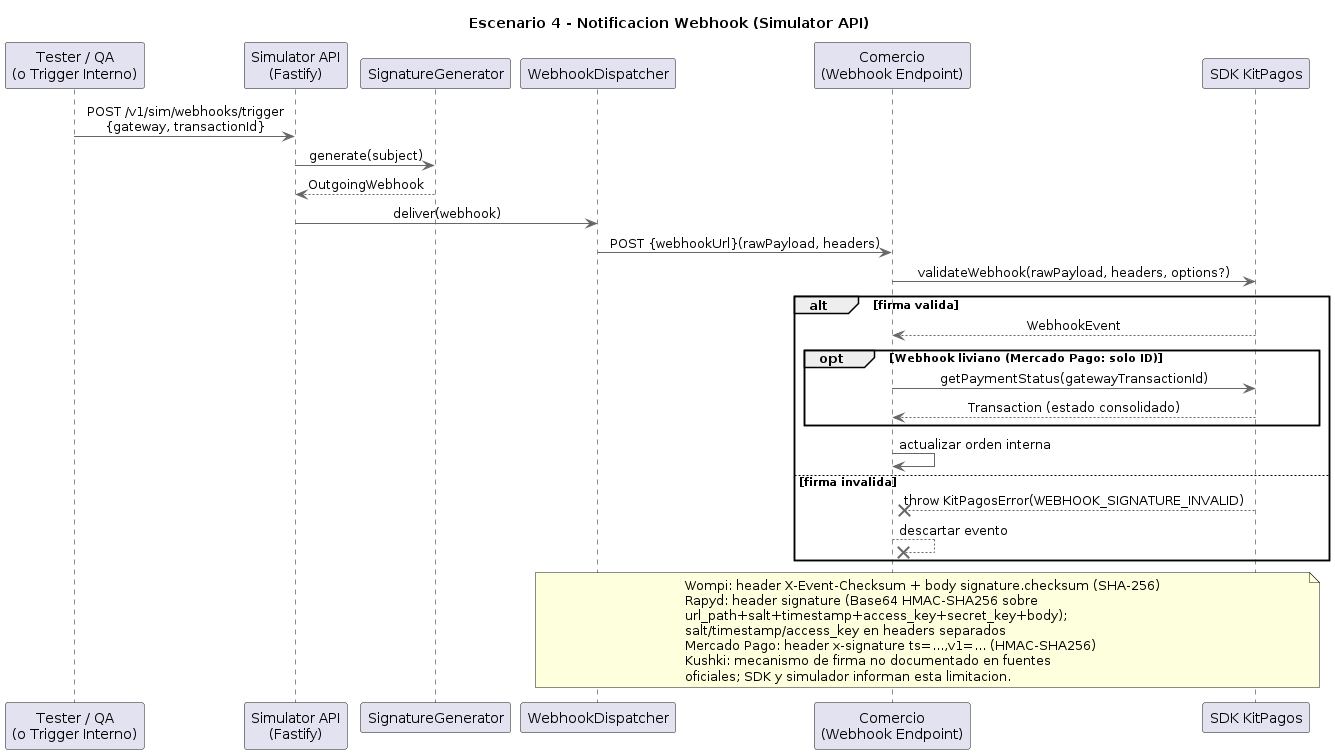
PurosBrothers/Kit-Pagos-Colombia---Tesis keeps this PlantUML diagram as docs/architecture/Simulador API/Sequence Diagram - Webhook Notification.png. Above is the earlier version.
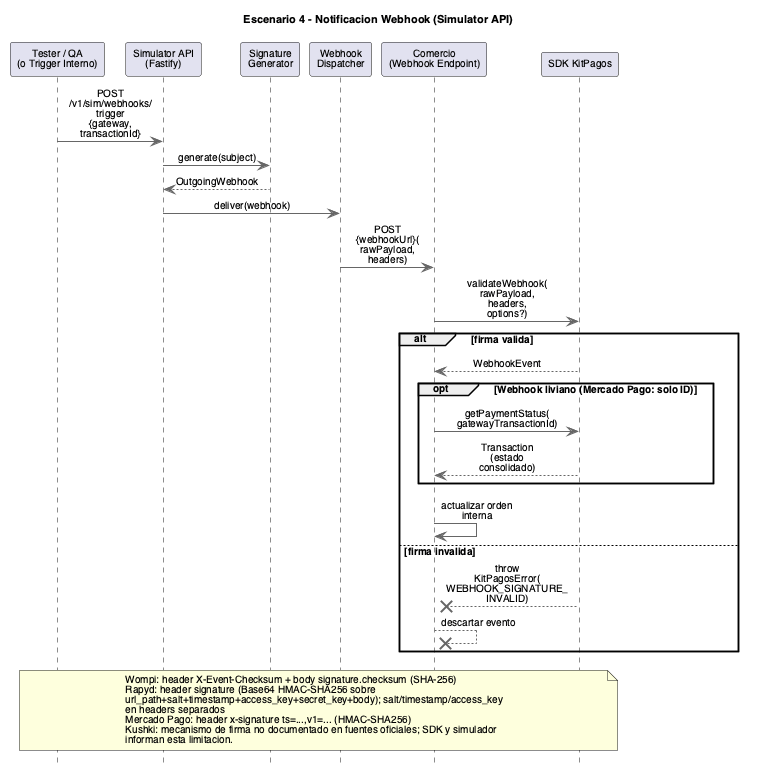
After the commit.

The edit, as a diff of the source:
```diff
@@ -1,44 +1,57 @@
-@startuml
+@startuml Sequence Diagram - Webhook Notification
 title Escenario 4 - Notificacion Webhook (Simulator API)
 skinparam backgroundColor white
+skinparam defaultFontName Helvetica
+skinparam defaultFontSize 10
+skinparam titleFontSize 11
+skinparam ParticipantFontSize 10
+skinparam ActorFontSize 10
+skinparam ArrowFontSize 10
+skinparam NoteFontSize 10
+skinparam SequenceGroupFontSize 10
+skinparam SequenceGroupHeaderFontSize 10
+skinparam SequenceDividerFontSize 10
+skinparam maxMessageSize 80
+hide footbox
 skinparam sequenceMessageAlign center
 skinparam ArrowColor #666666
 skinparam LifeLineBorderColor #666666
 
 participant "Tester / QA\n(o Trigger Interno)" as Tester
 participant "Simulator API\n(Fastify)" as SimAPI
-participant "SignatureGenerator" as Generator
-participant "WebhookDispatcher" as Dispatcher
+participant "Signature\nGenerator" as Generator
+participant "Webhook\nDispatcher" as Dispatcher
 participant "Comercio\n(Webhook Endpoint)" as Comercio
 participant "SDK KitPagos" as SDK
 
-Tester -> SimAPI : POST /v1/sim/webhooks/trigger\n{gateway, transactionId}
+Tester -> SimAPI : POST\n/v1/sim/webhooks/\ntrigger\n{gateway,\ntransactionId}
 SimAPI -> Generator : generate(subject)
 Generator --> SimAPI : OutgoingWebhook
 SimAPI -> Dispatcher : deliver(webhook)
-Dispatcher -> Comercio : POST {webhookUrl}(rawPayload, headers)
+Dispatcher -> Comercio : POST {webhookUrl}(\nrawPayload,\nheaders)
 
-Comercio -> SDK : validateWebhook(rawPayload, headers, options?)
+Comercio -> SDK : validateWebhook(\nrawPayload, headers,\noptions?)
 
 alt firma valida
   SDK --> Comercio : WebhookEvent
   opt Webhook liviano (Mercado Pago: solo ID)
-    Comercio -> SDK : getPaymentStatus(gatewayTransactionId)
+    Comercio -> SDK : getPaymentStatus(\ngatewayTransactionId)
     SDK --> Comercio : Transaction (estado consolidado)
   end
   Comercio -> Comercio : actualizar orden interna
 else firma invalida
-  SDK -->x Comercio : throw KitPagosError(WEBHOOK_SIGNATURE_INVALID)
+  SDK -->x Comercio : throw\nKitPagosError(\nWEBHOOK_SIGNATURE_\nINVALID)
   Comercio -->x Comercio : descartar evento
 end
 
-note over Dispatcher, SDK
+note over Tester, SDK
   Wompi: header X-Event-Checksum + body signature.checksum (SHA-256)
   Rapyd: header signature (Base64 HMAC-SHA256 sobre
-  url_path+salt+timestamp+access_key+secret_key+body);
-  salt/timestamp/access_key en headers separados
+  url_path+salt+timestamp+access_key+secret_key+body); salt/timestamp/access_key
+  en headers separados
   Mercado Pago: header x-signature ts=...,v1=... (HMAC-SHA256)
-  Kushki: mecanismo de firma no documentado en fuentes
-  oficiales; SDK y simulador informan esta limitacion.
+  Kushki: mecanismo de firma no documentado en fuentes oficiales; SDK y simulador
+  informan esta limitacion.
 end note
+
 @enduml
```
